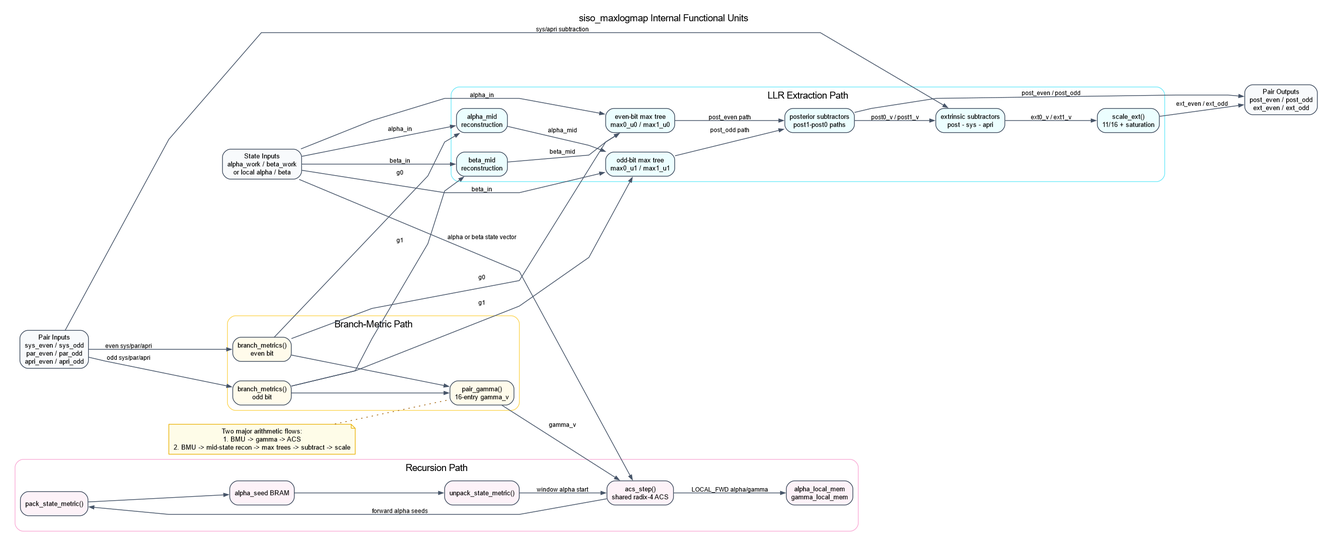
The Graphviz diagram architecture_exports/siso_maxlogmap/internal_units/SISO_MAXLOGMAP_FUNCTIONAL_UNITS.png in HarshithaModekurty/Parallel-Turbo-Decoder-ASIC-for-3GPP-LTE, before a commit. Its source is kept beside it as architecture_exports/siso_maxlogmap/internal_units/SISO_MAXLOGMAP_FUNCTIONAL_UNITS.dot. Its diagram source:
```dot
digraph siso_functional_units {
  graph [
    rankdir=LR,
    splines=polyline,
    nodesep=0.4,
    ranksep=0.7,
    pad=0.2,
    bgcolor="white",
    fontname="Helvetica",
    labelloc="t",
    label="siso_maxlogmap Internal Functional Units"
  ];

  node [
    shape=box,
    style="rounded,filled",
    fillcolor="white",
    color="#334155",
    fontname="Helvetica",
    fontsize=10,
    margin="0.10,0.06"
  ];

  edge [
    color="#475569",
    arrowsize=0.7,
    penwidth=1.1,
    fontname="Helvetica",
    fontsize=9
  ];

  pair_in [label="Pair Inputs\nsys_even / sys_odd\npar_even / par_odd\napri_even / apri_odd", fillcolor="#F8FAFC"];
  state_in [label="State Inputs\nalpha_work / beta_work\nor local alpha / beta", fillcolor="#F8FAFC"];
  pair_out [label="Pair Outputs\npost_even / post_odd\next_even / ext_odd", fillcolor="#F8FAFC"];

  subgraph cluster_gamma {
    label="Branch-Metric Path";
    color="#FCD34D";
    style="rounded";

    bmu_even [label="branch_metrics()\neven bit", fillcolor="#FFFBEB"];
    bmu_odd [label="branch_metrics()\nodd bit", fillcolor="#FFFBEB"];
    pair_gamma [label="pair_gamma()\n16-entry gamma_v", fillcolor="#FFFBEB"];
  }

  subgraph cluster_acs {
    label="Recursion Path";
    color="#F9A8D4";
    style="rounded";

    pack_seed [label="pack_state_metric()", fillcolor="#FDF2F8"];
    alpha_seed_ram [label="alpha_seed BRAM", fillcolor="#FDF2F8"];
    unpack_seed [label="unpack_state_metric()", fillcolor="#FDF2F8"];
    acs [label="acs_step()\nshared radix-4 ACS", fillcolor="#FDF2F8"];
    local_buf [label="alpha_local_mem\ngamma_local_mem", fillcolor="#FDF2F8"];
  }

  subgraph cluster_llr {
    label="LLR Extraction Path";
    color="#67E8F9";
    style="rounded";

    alpha_mid [label="alpha_mid\nreconstruction", fillcolor="#ECFEFF"];
    beta_mid [label="beta_mid\nreconstruction", fillcolor="#ECFEFF"];
    max_even [label="even-bit max tree\nmax0_u0 / max1_u0", fillcolor="#ECFEFF"];
    max_odd [label="odd-bit max tree\nmax0_u1 / max1_u1", fillcolor="#ECFEFF"];
    post_diff [label="posterior subtractors\npost1-post0 paths", fillcolor="#ECFEFF"];
    ext_diff [label="extrinsic subtractors\npost - sys - apri", fillcolor="#ECFEFF"];
    scale_ext [label="scale_ext()\n11/16 + saturation", fillcolor="#ECFEFF"];
  }

  note0 [shape=note, fillcolor="#FEFCE8", color="#EAB308", label="Two major arithmetic flows:\n1. BMU -> gamma -> ACS\n2. BMU -> mid-state recon -> max trees -> subtract -> scale"];

  pair_in -> bmu_even [label="even sys/par/apri"];
  pair_in -> bmu_odd [label="odd sys/par/apri"];
  bmu_even -> pair_gamma;
  bmu_odd -> pair_gamma;

  pair_gamma -> acs [label="gamma_v"];
  state_in -> acs [label="alpha or beta state vector"];
  acs -> pack_seed [label="forward alpha seeds"];
  pack_seed -> alpha_seed_ram;
  alpha_seed_ram -> unpack_seed;
  unpack_seed -> acs [label="window alpha start"];
  acs -> local_buf [label="LOCAL_FWD alpha/gamma"];

  bmu_even -> alpha_mid [label="g0"];
  bmu_odd -> beta_mid [label="g1"];
  state_in -> alpha_mid [label="alpha_in"];
  state_in -> beta_mid [label="beta_in"];
  alpha_mid -> max_odd [label="alpha_mid"];
  beta_mid -> max_even [label="beta_mid"];
  bmu_even -> max_even [label="g0"];
  bmu_odd -> max_odd [label="g1"];
  state_in -> max_even [label="alpha_in"];
  state_in -> max_odd [label="beta_in"];
  max_even -> post_diff [label="post_even path"];
  max_odd -> post_diff [label="post_odd path"];
  post_diff -> ext_diff [label="post0_v / post1_v"];
  pair_in -> ext_diff [label="sys/apri subtraction"];
  ext_diff -> scale_ext [label="ext0_v / ext1_v"];
  post_diff -> pair_out [label="post_even / post_odd"];
  scale_ext -> pair_out [label="ext_even / ext_odd"];

  note0 -> pair_gamma [style=dotted, arrowhead=none, color="#A16207"];
}
```
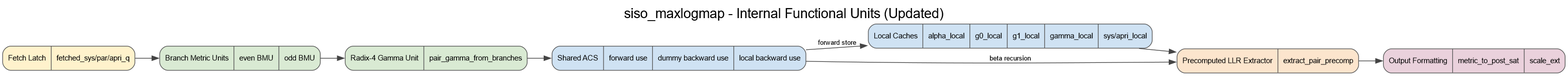
Above is the later version.

Diff of the diagram source:
```diff
@@ -1,106 +1,20 @@
-digraph siso_functional_units {
-  graph [
-    rankdir=LR,
-    splines=polyline,
-    nodesep=0.4,
-    ranksep=0.7,
-    pad=0.2,
-    bgcolor="white",
-    fontname="Helvetica",
-    labelloc="t",
-    label="siso_maxlogmap Internal Functional Units"
-  ];
+digraph G {
+  rankdir=LR;
+  graph [labelloc=t, fontsize=20, fontname="Helvetica", label="siso_maxlogmap - Internal Functional Units (Updated)"];
+  node [shape=record, style="rounded,filled", fontname="Helvetica", fontsize=11, fillcolor="#f8f6ef", color="#555555"];
+  edge [fontname="Helvetica", fontsize=10, color="#444444"];
 
-  node [
-    shape=box,
-    style="rounded,filled",
-    fillcolor="white",
-    color="#334155",
-    fontname="Helvetica",
-    fontsize=10,
-    margin="0.10,0.06"
-  ];
+  fetch [label="{Fetch Latch|fetched_sys/par/apri_q}", fillcolor="#fff2cc"];
+  bmu [label="{Branch Metric Units|even BMU|odd BMU}", fillcolor="#d9ead3"];
+  gamma [label="{Radix-4 Gamma Unit|pair_gamma_from_branches}", fillcolor="#d9ead3"];
+  acs [label="{Shared ACS|forward use|dummy backward use|local backward use}", fillcolor="#cfe2f3"];
+  cache [label="{Local Caches|alpha_local|g0_local|g1_local|gamma_local|sys/apri_local}", fillcolor="#cfe2f3"];
+  extract [label="{Precomputed LLR Extractor|extract_pair_precomp}", fillcolor="#fce5cd"];
+  format [label="{Output Formatting|metric_to_post_sat|scale_ext}", fillcolor="#ead1dc"];
 
-  edge [
-    color="#475569",
-    arrowsize=0.7,
-    penwidth=1.1,
-    fontname="Helvetica",
-    fontsize=9
-  ];
-
-  pair_in [label="Pair Inputs\nsys_even / sys_odd\npar_even / par_odd\napri_even / apri_odd", fillcolor="#F8FAFC"];
-  state_in [label="State Inputs\nalpha_work / beta_work\nor local alpha / beta", fillcolor="#F8FAFC"];
-  pair_out [label="Pair Outputs\npost_even / post_odd\next_even / ext_odd", fillcolor="#F8FAFC"];
-
-  subgraph cluster_gamma {
-    label="Branch-Metric Path";
-    color="#FCD34D";
-    style="rounded";
-
-    bmu_even [label="branch_metrics()\neven bit", fillcolor="#FFFBEB"];
-    bmu_odd [label="branch_metrics()\nodd bit", fillcolor="#FFFBEB"];
-    pair_gamma [label="pair_gamma()\n16-entry gamma_v", fillcolor="#FFFBEB"];
-  }
-
-  subgraph cluster_acs {
-    label="Recursion Path";
-    color="#F9A8D4";
-    style="rounded";
-
-    pack_seed [label="pack_state_metric()", fillcolor="#FDF2F8"];
-    alpha_seed_ram [label="alpha_seed BRAM", fillcolor="#FDF2F8"];
-    unpack_seed [label="unpack_state_metric()", fillcolor="#FDF2F8"];
-    acs [label="acs_step()\nshared radix-4 ACS", fillcolor="#FDF2F8"];
-    local_buf [label="alpha_local_mem\ngamma_local_mem", fillcolor="#FDF2F8"];
-  }
-
-  subgraph cluster_llr {
-    label="LLR Extraction Path";
-    color="#67E8F9";
-    style="rounded";
-
-    alpha_mid [label="alpha_mid\nreconstruction", fillcolor="#ECFEFF"];
-    beta_mid [label="beta_mid\nreconstruction", fillcolor="#ECFEFF"];
-    max_even [label="even-bit max tree\nmax0_u0 / max1_u0", fillcolor="#ECFEFF"];
-    max_odd [label="odd-bit max tree\nmax0_u1 / max1_u1", fillcolor="#ECFEFF"];
-    post_diff [label="posterior subtractors\npost1-post0 paths", fillcolor="#ECFEFF"];
-    ext_diff [label="extrinsic subtractors\npost - sys - apri", fillcolor="#ECFEFF"];
-    scale_ext [label="scale_ext()\n11/16 + saturation", fillcolor="#ECFEFF"];
-  }
-
-  note0 [shape=note, fillcolor="#FEFCE8", color="#EAB308", label="Two major arithmetic flows:\n1. BMU -> gamma -> ACS\n2. BMU -> mid-state recon -> max trees -> subtract -> scale"];
-
-  pair_in -> bmu_even [label="even sys/par/apri"];
-  pair_in -> bmu_odd [label="odd sys/par/apri"];
-  bmu_even -> pair_gamma;
-  bmu_odd -> pair_gamma;
-
-  pair_gamma -> acs [label="gamma_v"];
-  state_in -> acs [label="alpha or beta state vector"];
-  acs -> pack_seed [label="forward alpha seeds"];
-  pack_seed -> alpha_seed_ram;
-  alpha_seed_ram -> unpack_seed;
-  unpack_seed -> acs [label="window alpha start"];
-  acs -> local_buf [label="LOCAL_FWD alpha/gamma"];
-
-  bmu_even -> alpha_mid [label="g0"];
-  bmu_odd -> beta_mid [label="g1"];
-  state_in -> alpha_mid [label="alpha_in"];
-  state_in -> beta_mid [label="beta_in"];
-  alpha_mid -> max_odd [label="alpha_mid"];
-  beta_mid -> max_even [label="beta_mid"];
-  bmu_even -> max_even [label="g0"];
-  bmu_odd -> max_odd [label="g1"];
-  state_in -> max_even [label="alpha_in"];
-  state_in -> max_odd [label="beta_in"];
-  max_even -> post_diff [label="post_even path"];
-  max_odd -> post_diff [label="post_odd path"];
-  post_diff -> ext_diff [label="post0_v / post1_v"];
-  pair_in -> ext_diff [label="sys/apri subtraction"];
-  ext_diff -> scale_ext [label="ext0_v / ext1_v"];
-  post_diff -> pair_out [label="post_even / post_odd"];
-  scale_ext -> pair_out [label="ext_even / ext_odd"];
-
-  note0 -> pair_gamma [style=dotted, arrowhead=none, color="#A16207"];
+  fetch -> bmu -> gamma -> acs;
+  acs -> cache [label="forward store"];
+  cache -> extract;
+  acs -> extract [label="beta recursion"];
+  extract -> format;
 }
```
